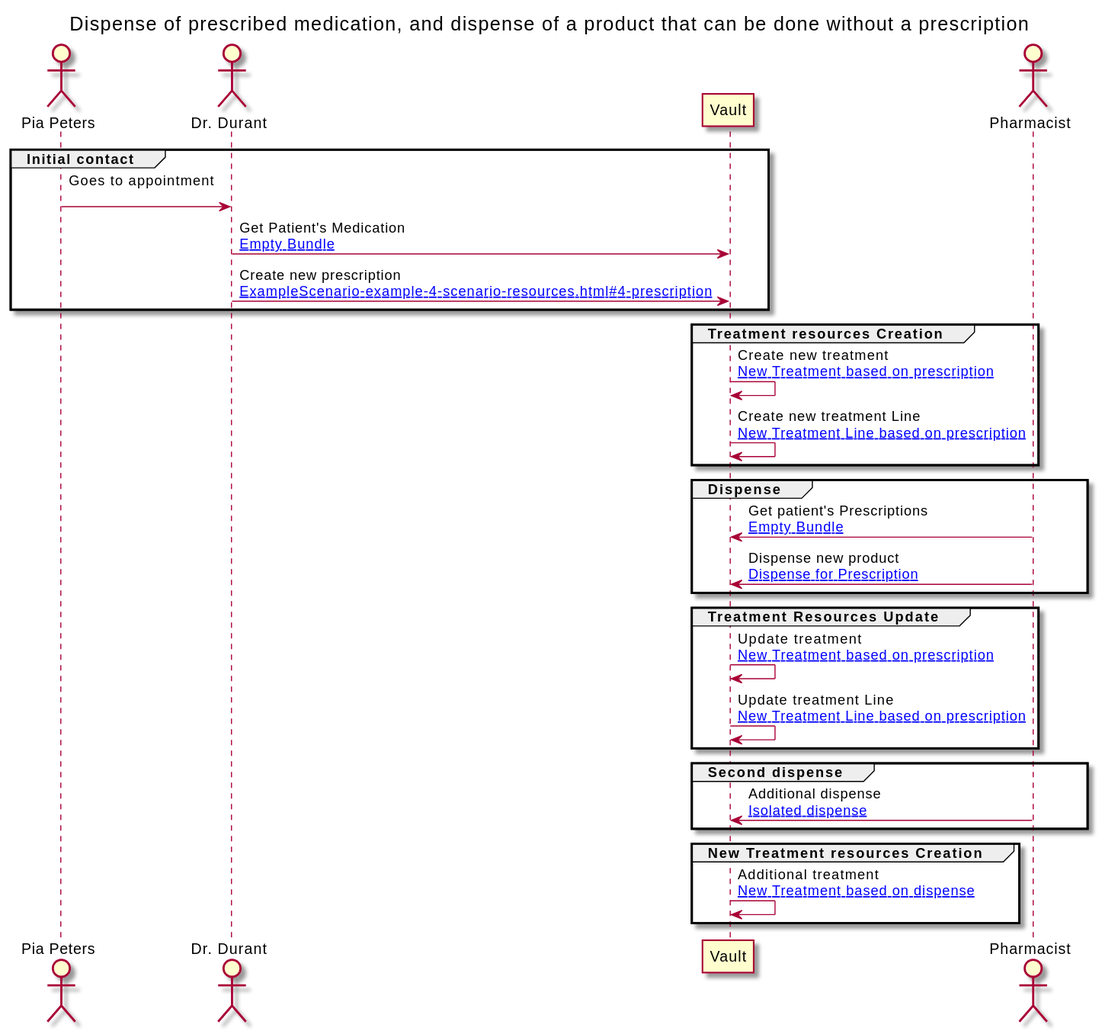
The PlantUML diagram branches/riziv/ExampleScenario-example-4-scenario.svg in costateixeira/hl7-be-fhir-medication, before a commit. The source it was exported from:
```plantuml
@startuml


Title Dispense of prescribed medication, and dispense of a product that can be done without a prescription

actor "Pia Peters" as PATIENT
actor "Dr. Durant" as GP
participant "Vault" as VAULT
actor "Pharmacist" as PHARM






group Initial contact

PATIENT -> GP : Goes to appointment\n
GP -> VAULT : Get Patient's Medication\n[[ExampleScenario-example-4-scenario-resources.html#EB Empty Bundle]]
GP -> VAULT : Create new prescription\n[[ExampleScenario-example-4-scenario-resources.html#4-prescription ]]
end

group Treatment resources Creation

VAULT -> VAULT : Create new treatment\n[[ExampleScenario-example-4-scenario-resources.html#4-1-treatment New Treatment based on prescription]]
VAULT -> VAULT : Create new treatment Line\n[[ExampleScenario-example-4-scenario-resources.html#4-1-treatmentLine New Treatment Line based on prescription]]
end

group Dispense

PHARM -> VAULT : Get patient's Prescriptions\n[[ExampleScenario-example-4-scenario-resources.html#EB Empty Bundle]]
PHARM -> VAULT : Dispense new product\n[[ExampleScenario-example-4-scenario-resources.html#4-1-dispense Dispense for Prescription]]
end

group Treatment Resources Update

VAULT -> VAULT : Update treatment\n[[ExampleScenario-example-4-scenario-resources.html#4-1-treatment New Treatment based on prescription]]
VAULT -> VAULT : Update treatment Line\n[[ExampleScenario-example-4-scenario-resources.html#4-1-treatmentLine New Treatment Line based on prescription]]
end

group Second dispense

PHARM -> VAULT : Additional dispense\n[[ExampleScenario-example-4-scenario-resources.html#4-2-dispense Isolated dispense]]
end

group New Treatment resources Creation

VAULT -> VAULT : Additional treatment\n[[ExampleScenario-example-4-scenario-resources.html#4-2-treatment New Treatment based on dispense]]
end


@enduml
```
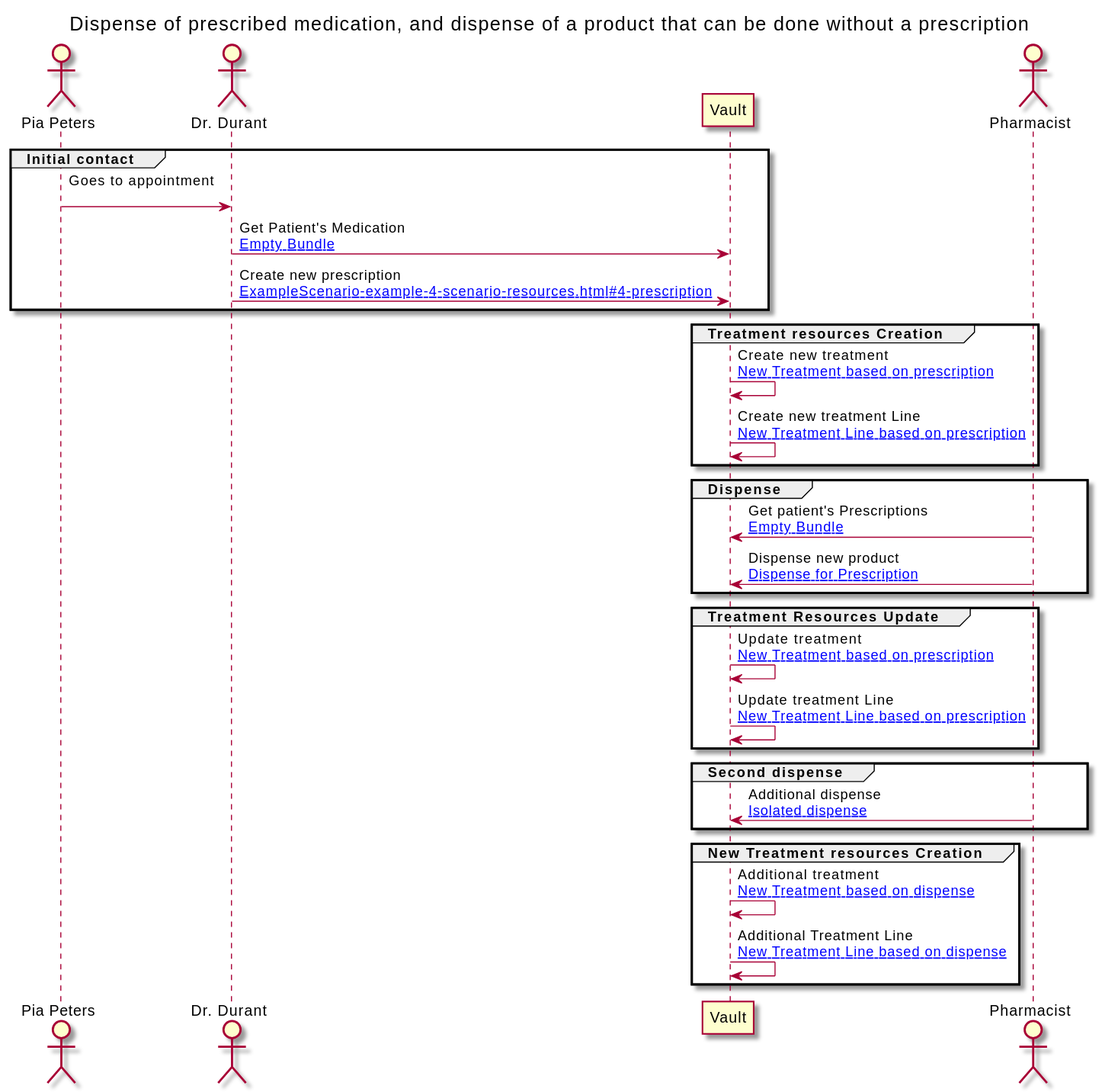
The same file after the commit.

The edit, as a diff of the source:
```diff
@@ -46,6 +46,7 @@
 group New Treatment resources Creation
 
 VAULT -> VAULT : Additional treatment\n[[ExampleScenario-example-4-scenario-resources.html#4-2-treatment New Treatment based on dispense]]
+VAULT -> VAULT : Additional Treatment Line\n[[ExampleScenario-example-4-scenario-resources.html#4-2-treatmentLine New Treatment Line based on dispense]]
 end
 
 
```
